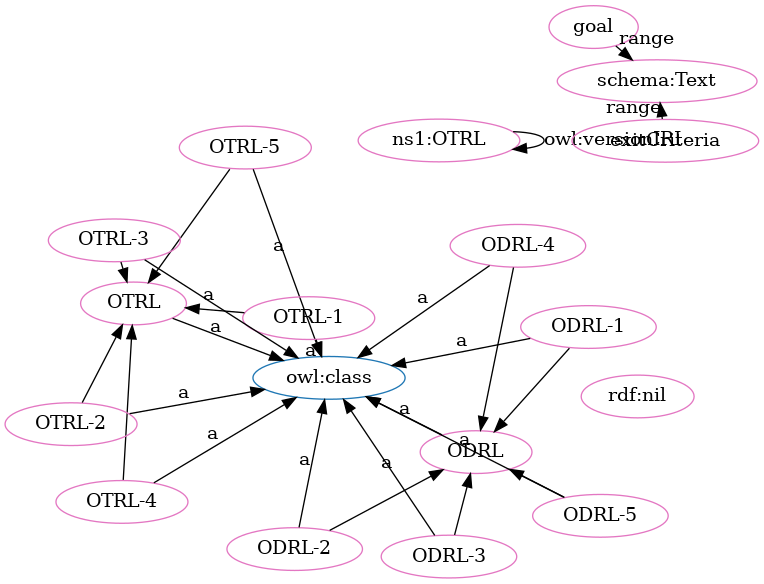
Before: OTRL-clean.png, a diagram exported from Graphviz (OPEN-NEXT/OKH-LOSH). Its source is kept beside it as OTRL-clean.dot.
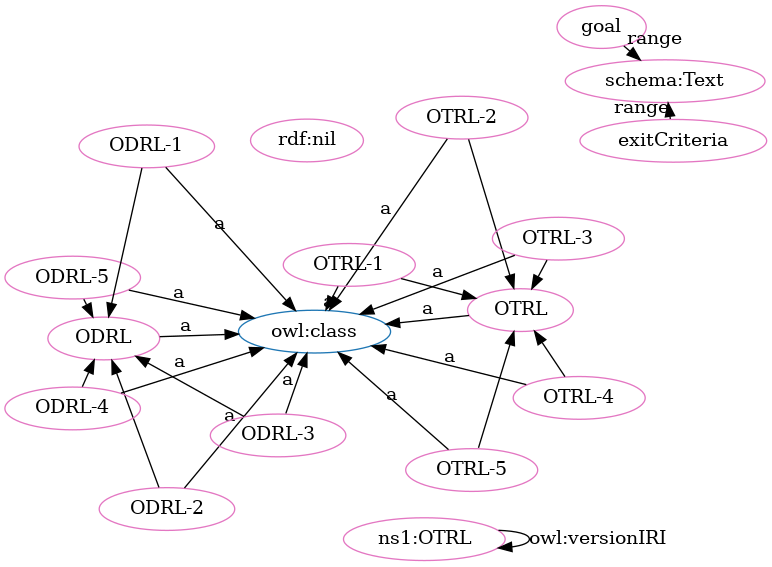
The same diagram one commit later.

The edit, as a diff of the source:
```diff
@@ -1,49 +1,49 @@
 digraph G {
   rankdir=BT
   node[height=.3]
+"http://purl.org/oseg/ontologies/OTRL#ODRL" [fillcolor="#1f77b4" color="#1f77b4" label="ODRL"]
 "http://purl.org/oseg/ontologies/OTRL#OTRL" [fillcolor="#1f77b4" color="#1f77b4" label="OTRL"]
 "http://www.w3.org/2002/07/owl#class" [fillcolor="#1f77b4" color="#1f77b4" label="owl:class"]
-"http://purl.org/oseg/ontologies/OTRL#ODRL" [fillcolor="#1f77b4" color="#1f77b4" label="ODRL"]
-"http://purl.org/oseg/ontologies/OTRL#ODRL" [fillcolor="#e377c2" color="#e377c2" label="ODRL"]
-"http://purl.org/oseg/ontologies/OTRL#ODRL-4" [fillcolor="#e377c2" color="#e377c2" label="ODRL-4"]
-"http://purl.org/oseg/ontologies/OTRL#OTRL-5" [fillcolor="#e377c2" color="#e377c2" label="OTRL-5"]
+"http://purl.org/oseg/ontologies/OTRL#OTRL-2" [fillcolor="#e377c2" color="#e377c2" label="OTRL-2"]
+"http://purl.org/oseg/ontologies/OTRL#ODRL-5" [fillcolor="#e377c2" color="#e377c2" label="ODRL-5"]
+"http://purl.org/oseg/ontologies/OTRL#OTRL-1" [fillcolor="#e377c2" color="#e377c2" label="OTRL-1"]
 "http://purl.org/oseg/ontologies/OTRL" [fillcolor="#e377c2" color="#e377c2" label="ns1:OTRL"]
-"http://purl.org/oseg/ontologies/OTRL#OTRL-1" [fillcolor="#e377c2" color="#e377c2" label="OTRL-1"]
 "http://purl.org/oseg/ontologies/OTRL#goal" [fillcolor="#e377c2" color="#e377c2" label="goal"]
-"http://purl.org/oseg/ontologies/OTRL#OTRL" [fillcolor="#e377c2" color="#e377c2" label="OTRL"]
 "http://schema.org/Text" [fillcolor="#e377c2" color="#e377c2" label="schema:Text"]
-"http://purl.org/oseg/ontologies/OTRL#OTRL-4" [fillcolor="#e377c2" color="#e377c2" label="OTRL-4"]
-"http://purl.org/oseg/ontologies/OTRL#ODRL-5" [fillcolor="#e377c2" color="#e377c2" label="ODRL-5"]
 "http://purl.org/oseg/ontologies/OTRL#ODRL-2" [fillcolor="#e377c2" color="#e377c2" label="ODRL-2"]
 "http://purl.org/oseg/ontologies/OTRL#ODRL-3" [fillcolor="#e377c2" color="#e377c2" label="ODRL-3"]
+"http://purl.org/oseg/ontologies/OTRL#ODRL" [fillcolor="#e377c2" color="#e377c2" label="ODRL"]
+"http://purl.org/oseg/ontologies/OTRL#ODRL-1" [fillcolor="#e377c2" color="#e377c2" label="ODRL-1"]
 "http://www.w3.org/1999/02/22-rdf-syntax-ns#nil" [fillcolor="#e377c2" color="#e377c2" label="rdf:nil"]
-"http://purl.org/oseg/ontologies/OTRL#OTRL-2" [fillcolor="#e377c2" color="#e377c2" label="OTRL-2"]
+"http://purl.org/oseg/ontologies/OTRL#OTRL" [fillcolor="#e377c2" color="#e377c2" label="OTRL"]
+"http://purl.org/oseg/ontologies/OTRL#exitCriteria" [fillcolor="#e377c2" color="#e377c2" label="exitCriteria"]
+"http://purl.org/oseg/ontologies/OTRL#OTRL-5" [fillcolor="#e377c2" color="#e377c2" label="OTRL-5"]
+"http://purl.org/oseg/ontologies/OTRL#OTRL-4" [fillcolor="#e377c2" color="#e377c2" label="OTRL-4"]
+"http://purl.org/oseg/ontologies/OTRL#ODRL-4" [fillcolor="#e377c2" color="#e377c2" label="ODRL-4"]
 "http://purl.org/oseg/ontologies/OTRL#OTRL-3" [fillcolor="#e377c2" color="#e377c2" label="OTRL-3"]
-"http://purl.org/oseg/ontologies/OTRL#exitCriteria" [fillcolor="#e377c2" color="#e377c2" label="exitCriteria"]
-"http://purl.org/oseg/ontologies/OTRL#ODRL-1" [fillcolor="#e377c2" color="#e377c2" label="ODRL-1"]
-  "http://purl.org/oseg/ontologies/OTRL#ODRL-4" -> "http://www.w3.org/2002/07/owl#class" [label="a"]
+  "http://purl.org/oseg/ontologies/OTRL#OTRL-1" -> "http://www.w3.org/2002/07/owl#class" [label="a"]
+  "http://purl.org/oseg/ontologies/OTRL#ODRL-3" -> "http://www.w3.org/2002/07/owl#class" [label="a"]
+  "http://purl.org/oseg/ontologies/OTRL#ODRL-2" -> "http://purl.org/oseg/ontologies/OTRL#ODRL" [label=""]
+  "http://purl.org/oseg/ontologies/OTRL#OTRL-5" -> "http://www.w3.org/2002/07/owl#class" [label="a"]
+  "http://purl.org/oseg/ontologies/OTRL#ODRL" -> "http://www.w3.org/2002/07/owl#class" [label="a"]
+  "http://purl.org/oseg/ontologies/OTRL#ODRL-5" -> "http://purl.org/oseg/ontologies/OTRL#ODRL" [label=""]
+  "http://purl.org/oseg/ontologies/OTRL#OTRL-4" -> "http://www.w3.org/2002/07/owl#class" [label="a"]
+  "http://purl.org/oseg/ontologies/OTRL#OTRL-5" -> "http://purl.org/oseg/ontologies/OTRL#OTRL" [label=""]
+  "http://purl.org/oseg/ontologies/OTRL#OTRL-3" -> "http://purl.org/oseg/ontologies/OTRL#OTRL" [label=""]
   "http://purl.org/oseg/ontologies/OTRL#OTRL-1" -> "http://purl.org/oseg/ontologies/OTRL#OTRL" [label=""]
-  "http://purl.org/oseg/ontologies/OTRL#OTRL-4" -> "http://www.w3.org/2002/07/owl#class" [label="a"]
+  "http://purl.org/oseg/ontologies/OTRL#ODRL-1" -> "http://purl.org/oseg/ontologies/OTRL#ODRL" [label=""]
+  "http://purl.org/oseg/ontologies/OTRL#ODRL-4" -> "http://purl.org/oseg/ontologies/OTRL#ODRL" [label=""]
   "http://purl.org/oseg/ontologies/OTRL#ODRL-5" -> "http://www.w3.org/2002/07/owl#class" [label="a"]
-  "http://purl.org/oseg/ontologies/OTRL#ODRL-2" -> "http://www.w3.org/2002/07/owl#class" [label="a"]
-  "http://purl.org/oseg/ontologies/OTRL#OTRL" -> "http://www.w3.org/2002/07/owl#class" [label="a"]
   "http://purl.org/oseg/ontologies/OTRL#OTRL-2" -> "http://www.w3.org/2002/07/owl#class" [label="a"]
   "http://purl.org/oseg/ontologies/OTRL#goal" -> "http://schema.org/Text" [label="range"]
-  "http://purl.org/oseg/ontologies/OTRL#OTRL-5" -> "http://purl.org/oseg/ontologies/OTRL#OTRL" [label=""]
-  "http://purl.org/oseg/ontologies/OTRL#ODRL-3" -> "http://purl.org/oseg/ontologies/OTRL#ODRL" [label=""]
-  "http://purl.org/oseg/ontologies/OTRL#ODRL-1" -> "http://purl.org/oseg/ontologies/OTRL#ODRL" [label=""]
-  "http://purl.org/oseg/ontologies/OTRL#OTRL-5" -> "http://www.w3.org/2002/07/owl#class" [label="a"]
-  "http://purl.org/oseg/ontologies/OTRL#OTRL-1" -> "http://www.w3.org/2002/07/owl#class" [label="a"]
+  "http://purl.org/oseg/ontologies/OTRL#ODRL-2" -> "http://www.w3.org/2002/07/owl#class" [label="a"]
+  "http://purl.org/oseg/ontologies/OTRL#ODRL-1" -> "http://www.w3.org/2002/07/owl#class" [label="a"]
+  "http://purl.org/oseg/ontologies/OTRL#OTRL-2" -> "http://purl.org/oseg/ontologies/OTRL#OTRL" [label=""]
   "http://purl.org/oseg/ontologies/OTRL#exitCriteria" -> "http://schema.org/Text" [label="range"]
   "http://purl.org/oseg/ontologies/OTRL#OTRL-4" -> "http://purl.org/oseg/ontologies/OTRL#OTRL" [label=""]
-  "http://purl.org/oseg/ontologies/OTRL#ODRL-3" -> "http://www.w3.org/2002/07/owl#class" [label="a"]
-  "http://purl.org/oseg/ontologies/OTRL#ODRL" -> "http://www.w3.org/2002/07/owl#class" [label="a"]
-  "http://purl.org/oseg/ontologies/OTRL#ODRL-4" -> "http://purl.org/oseg/ontologies/OTRL#ODRL" [label=""]
+  "http://purl.org/oseg/ontologies/OTRL" -> "http://purl.org/oseg/ontologies/OTRL" [label="owl:versionIRI"]
+  "http://purl.org/oseg/ontologies/OTRL#ODRL-3" -> "http://purl.org/oseg/ontologies/OTRL#ODRL" [label=""]
+  "http://purl.org/oseg/ontologies/OTRL#ODRL-4" -> "http://www.w3.org/2002/07/owl#class" [label="a"]
+  "http://purl.org/oseg/ontologies/OTRL#OTRL" -> "http://www.w3.org/2002/07/owl#class" [label="a"]
   "http://purl.org/oseg/ontologies/OTRL#OTRL-3" -> "http://www.w3.org/2002/07/owl#class" [label="a"]
-  "http://purl.org/oseg/ontologies/OTRL#OTRL-2" -> "http://purl.org/oseg/ontologies/OTRL#OTRL" [label=""]
-  "http://purl.org/oseg/ontologies/OTRL#ODRL-5" -> "http://purl.org/oseg/ontologies/OTRL#ODRL" [label=""]
-  "http://purl.org/oseg/ontologies/OTRL#OTRL-3" -> "http://purl.org/oseg/ontologies/OTRL#OTRL" [label=""]
-  "http://purl.org/oseg/ontologies/OTRL" -> "http://purl.org/oseg/ontologies/OTRL" [label="owl:versionIRI"]
-  "http://purl.org/oseg/ontologies/OTRL#ODRL-2" -> "http://purl.org/oseg/ontologies/OTRL#ODRL" [label=""]
-  "http://purl.org/oseg/ontologies/OTRL#ODRL-1" -> "http://www.w3.org/2002/07/owl#class" [label="a"]
 }
```
